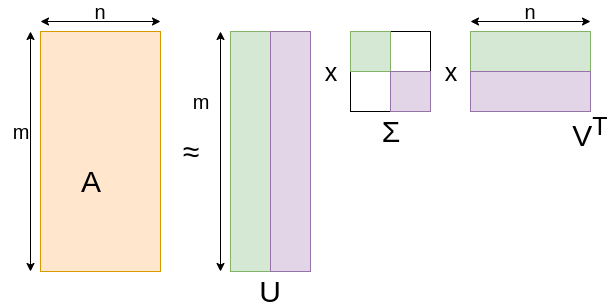
Above: assets/img/notes/svd_0.png in tosterius/tosterius (draw.io), before the change. Source tidied: cells renumbered, new cells last; positions are measured from the earlier drawing's top-left corner, leaving out a move shared by most shapes.
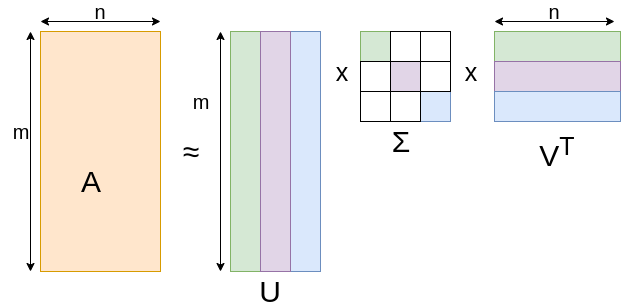
After the change.

Commit message:
+= svd notes

What changed in the source:
```diff
@@ -5,50 +5,50 @@
     <mxCell id="2" style="rounded=0;whiteSpace=wrap;html=1;fillColor=#ffe6cc;strokeColor=#d79b00;" parent="1" vertex="1">
       <mxGeometry x="40" y="30" width="120" height="240" as="geometry" />
     </mxCell>
-    <mxCell id="3" style="rounded=0;whiteSpace=wrap;html=1;" parent="1" vertex="1">
-      <mxGeometry x="230" y="30" width="80" height="240" as="geometry" />
+    <mxCell id="3" style="rounded=0;whiteSpace=wrap;html=1;fillColor=#dae8fc;strokeColor=#6c8ebf;" parent="1" vertex="1">
+      <mxGeometry x="230" y="30" width="90" height="240" as="geometry" />
     </mxCell>
     <mxCell id="4" style="rounded=0;whiteSpace=wrap;html=1;" parent="1" vertex="1">
-      <mxGeometry x="350" y="30" width="80" height="80" as="geometry" />
+      <mxGeometry x="360" y="30" width="90" height="90" as="geometry" />
     </mxCell>
     <mxCell id="5" style="rounded=0;whiteSpace=wrap;html=1;" parent="1" vertex="1">
-      <mxGeometry x="470" y="30" width="120" height="80" as="geometry" />
+      <mxGeometry x="494" y="30" width="126" height="90" as="geometry" />
     </mxCell>
     <mxCell id="6" value="&lt;font style=&quot;font-size: 30px&quot;&gt;≈&lt;/font&gt;" style="text;html=1;strokeColor=none;fillColor=none;align=center;verticalAlign=middle;whiteSpace=wrap;rounded=0;" parent="1" vertex="1">
       <mxGeometry x="170" y="140" width="40" height="20" as="geometry" />
     </mxCell>
     <mxCell id="7" value="&lt;font style=&quot;font-size: 25px&quot;&gt;x&lt;/font&gt;" style="text;html=1;strokeColor=none;fillColor=none;align=center;verticalAlign=middle;whiteSpace=wrap;rounded=0;" parent="1" vertex="1">
-      <mxGeometry x="310" y="60" width="40" height="20" as="geometry" />
+      <mxGeometry x="321" y="60" width="40" height="20" as="geometry" />
     </mxCell>
     <mxCell id="8" value="&lt;font style=&quot;font-size: 25px&quot;&gt;x&lt;/font&gt;" style="text;html=1;strokeColor=none;fillColor=none;align=center;verticalAlign=middle;whiteSpace=wrap;rounded=0;" parent="1" vertex="1">
-      <mxGeometry x="430" y="60" width="40" height="20" as="geometry" />
+      <mxGeometry x="450" y="60" width="40" height="20" as="geometry" />
     </mxCell>
     <mxCell id="9" value="&lt;span style=&quot;font-size: 30px&quot;&gt;Σ&lt;br&gt;&lt;/span&gt;" style="text;html=1;strokeColor=none;fillColor=none;align=center;verticalAlign=middle;whiteSpace=wrap;rounded=0;" parent="1" vertex="1">
-      <mxGeometry x="370" y="120" width="40" height="20" as="geometry" />
+      <mxGeometry x="380" y="130" width="40" height="20" as="geometry" />
     </mxCell>
     <mxCell id="10" value="&lt;span style=&quot;font-size: 30px&quot;&gt;V&lt;sup&gt;T&lt;/sup&gt;&lt;br&gt;&lt;/span&gt;" style="text;html=1;strokeColor=none;fillColor=none;align=center;verticalAlign=middle;whiteSpace=wrap;rounded=0;" parent="1" vertex="1">
-      <mxGeometry x="570" y="120" width="40" height="20" as="geometry" />
+      <mxGeometry x="537" y="140" width="40" height="20" as="geometry" />
     </mxCell>
     <mxCell id="11" value="&lt;span style=&quot;font-size: 30px&quot;&gt;U&lt;br&gt;&lt;/span&gt;" style="text;html=1;strokeColor=none;fillColor=none;align=center;verticalAlign=middle;whiteSpace=wrap;rounded=0;" parent="1" vertex="1">
       <mxGeometry x="250" y="280" width="40" height="20" as="geometry" />
     </mxCell>
     <mxCell id="12" style="rounded=0;whiteSpace=wrap;html=1;fillColor=#d5e8d4;strokeColor=#82b366;" parent="1" vertex="1">
-      <mxGeometry x="230" y="30" width="40" height="240" as="geometry" />
+      <mxGeometry x="230" y="30" width="30" height="240" as="geometry" />
     </mxCell>
     <mxCell id="13" style="rounded=0;whiteSpace=wrap;html=1;fillColor=#e1d5e7;strokeColor=#9673a6;" parent="1" vertex="1">
-      <mxGeometry x="270" y="30" width="40" height="240" as="geometry" />
+      <mxGeometry x="260" y="30" width="30" height="240" as="geometry" />
     </mxCell>
     <mxCell id="14" style="rounded=0;whiteSpace=wrap;html=1;fillColor=#d5e8d4;strokeColor=#82b366;" parent="1" vertex="1">
-      <mxGeometry x="350" y="30" width="40" height="40" as="geometry" />
+      <mxGeometry x="360" y="30" width="30" height="30" as="geometry" />
     </mxCell>
     <mxCell id="15" style="rounded=0;whiteSpace=wrap;html=1;fillColor=#e1d5e7;strokeColor=#9673a6;" parent="1" vertex="1">
-      <mxGeometry x="390" y="70" width="40" height="40" as="geometry" />
+      <mxGeometry x="390" y="60" width="30" height="30" as="geometry" />
     </mxCell>
     <mxCell id="16" style="rounded=0;whiteSpace=wrap;html=1;fillColor=#d5e8d4;strokeColor=#82b366;" parent="1" vertex="1">
-      <mxGeometry x="470" y="30" width="120" height="40" as="geometry" />
+      <mxGeometry x="494" y="30" width="126" height="30" as="geometry" />
     </mxCell>
     <mxCell id="17" style="rounded=0;whiteSpace=wrap;html=1;fillColor=#e1d5e7;strokeColor=#9673a6;" parent="1" vertex="1">
-      <mxGeometry x="470" y="70" width="120" height="40" as="geometry" />
+      <mxGeometry x="494" y="60" width="126" height="30" as="geometry" />
     </mxCell>
     <mxCell id="18" value="&lt;span style=&quot;font-size: 30px&quot;&gt;A&lt;br&gt;&lt;/span&gt;" style="text;html=1;strokeColor=none;fillColor=none;align=center;verticalAlign=middle;whiteSpace=wrap;rounded=0;" parent="1" vertex="1">
       <mxGeometry x="70" y="170" width="40" height="20" as="geometry" />
@@ -57,7 +57,7 @@
       <mxGeometry y="120" width="40" height="20" as="geometry" />
     </mxCell>
     <mxCell id="20" value="&lt;font style=&quot;font-size: 20px&quot;&gt;n&lt;/font&gt;" style="text;html=1;strokeColor=none;fillColor=none;align=center;verticalAlign=middle;whiteSpace=wrap;rounded=0;" parent="1" vertex="1">
-      <mxGeometry x="510" width="40" height="20" as="geometry" />
+      <mxGeometry x="534" width="40" height="20" as="geometry" />
     </mxCell>
     <mxCell id="21" style="endArrow=classic;startArrow=classic;html=1;" parent="1" edge="1">
       <mxGeometry relative="1" as="geometry">
@@ -85,9 +85,33 @@
     </mxCell>
     <mxCell id="26" style="endArrow=classic;startArrow=classic;html=1;" parent="1" edge="1">
       <mxGeometry relative="1" as="geometry">
-        <mxPoint x="470" y="20" as="sourcePoint" />
-        <mxPoint x="590" y="20" as="targetPoint" />
+        <mxPoint x="494" y="20" as="sourcePoint" />
+        <mxPoint x="614" y="20" as="targetPoint" />
       </mxGeometry>
     </mxCell>
+    <mxCell id="27" style="rounded=0;whiteSpace=wrap;html=1;fillColor=#dae8fc;strokeColor=#6c8ebf;" parent="1" vertex="1">
+      <mxGeometry x="420" y="90" width="30" height="30" as="geometry" />
+    </mxCell>
+    <mxCell id="28" style="rounded=0;whiteSpace=wrap;html=1;fillColor=#dae8fc;strokeColor=#6c8ebf;" parent="1" vertex="1">
+      <mxGeometry x="494" y="90" width="126" height="30" as="geometry" />
+    </mxCell>
+    <mxCell id="29" style="rounded=0;whiteSpace=wrap;html=1;" parent="1" vertex="1">
+      <mxGeometry x="420" y="30" width="30" height="30" as="geometry" />
+    </mxCell>
+    <mxCell id="30" style="rounded=0;whiteSpace=wrap;html=1;" parent="1" vertex="1">
+      <mxGeometry x="360" y="90" width="30" height="30" as="geometry" />
+    </mxCell>
+    <mxCell id="31" style="rounded=0;whiteSpace=wrap;html=1;" parent="1" vertex="1">
+      <mxGeometry x="390" y="30" width="30" height="30" as="geometry" />
+    </mxCell>
+    <mxCell id="32" style="rounded=0;whiteSpace=wrap;html=1;" parent="1" vertex="1">
+      <mxGeometry x="420" y="60" width="30" height="30" as="geometry" />
+    </mxCell>
+    <mxCell id="33" style="rounded=0;whiteSpace=wrap;html=1;" parent="1" vertex="1">
+      <mxGeometry x="390" y="90" width="30" height="30" as="geometry" />
+    </mxCell>
+    <mxCell id="34" style="rounded=0;whiteSpace=wrap;html=1;" parent="1" vertex="1">
+      <mxGeometry x="360" y="60" width="30" height="30" as="geometry" />
+    </mxCell>
   </root>
 </mxGraphModel>
```
